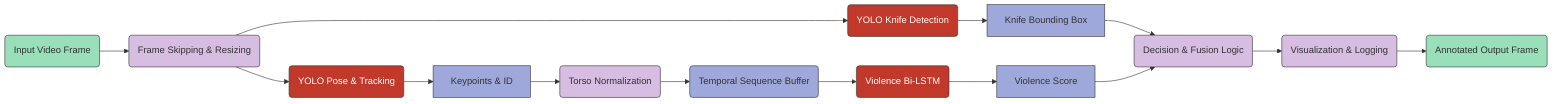
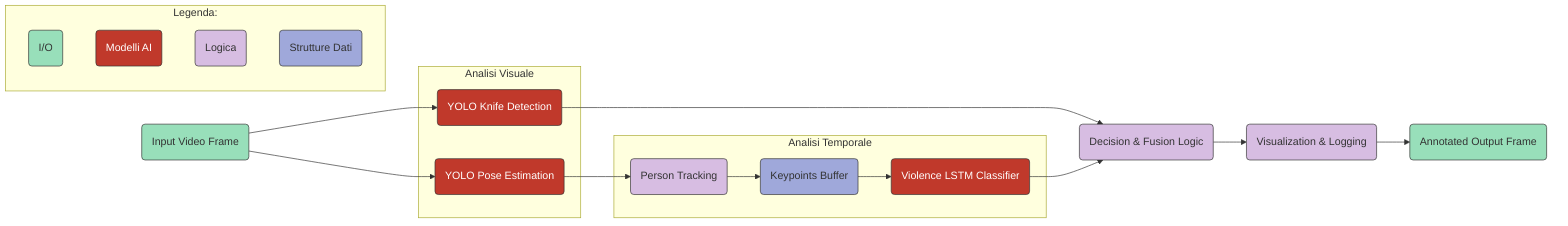
---
config:
-   layout: dagre
+   layout: fixed
---
flowchart LR
-     Input("Input Video Frame") --> Skip("Frame Skipping & Resizing")
-     Skip --> Y_Knife("YOLO Knife Detection") & Y_Pose("YOLO Pose & Tracking")
-     Y_Knife --> K_Box["Knife Bounding Box"]
-     Y_Pose --> P_Data["Keypoints & ID"]
-     P_Data --> Norm("Torso Normalization")
-     Norm --> Buff("Temporal Sequence Buffer")
-     Buff --> LSTM("Violence Bi-LSTM")
-     LSTM --> V_Score["Violence Score"]
-     K_Box --> Logic("Decision & Fusion Logic")
-     V_Score --> Logic
+  subgraph Detection_Stream["Analisi Visuale"]
+         Y_Knife("YOLO Knife Detection")
+         Y_Pose("YOLO Pose Estimation")
+   end
+  subgraph Temporal_Stream["Analisi Temporale"]
+         Tracker("Person Tracking")
+         Buffer("Keypoints Buffer")
+         LSTM("Violence LSTM Classifier")
+   end
+  subgraph s1["Legenda:"]
+         L1("I/O")
+         L2("Modelli AI")
+         L3("Logica")
+         L4("Strutture Dati")
+   end
+     Input("Input Video Frame") --> Y_Knife & Y_Pose
+     Y_Pose --> Tracker
+     Tracker --> Buffer
+     Buffer --> LSTM
+     Y_Knife --> Logic("Decision & Fusion Logic")
+     LSTM --> Logic
    Logic --> Render("Visualization & Logging")
    Render --> Output("Annotated Output Frame")

-      Input:::video
-      Skip:::op
     Y_Knife:::model
     Y_Pose:::model
-      K_Box:::data
-      P_Data:::data
-      Norm:::op
-      Buff:::data
+      Tracker:::op
+      Buffer:::data
     LSTM:::model
-      V_Score:::data
+      L1:::video
+      L2:::model
+      L3:::op
+      L4:::data
+      Input:::video
     Logic:::op
     Render:::op
     Output:::video
    classDef video fill:#98dfba,stroke:#333,stroke-width:1px
    classDef op fill:#d7bde2,stroke:#333,stroke-width:1px
    classDef data fill:#9fa8da,stroke:#333,stroke-width:1px
    classDef model fill:#c0392b,stroke:#333,stroke-width:1px,color:white